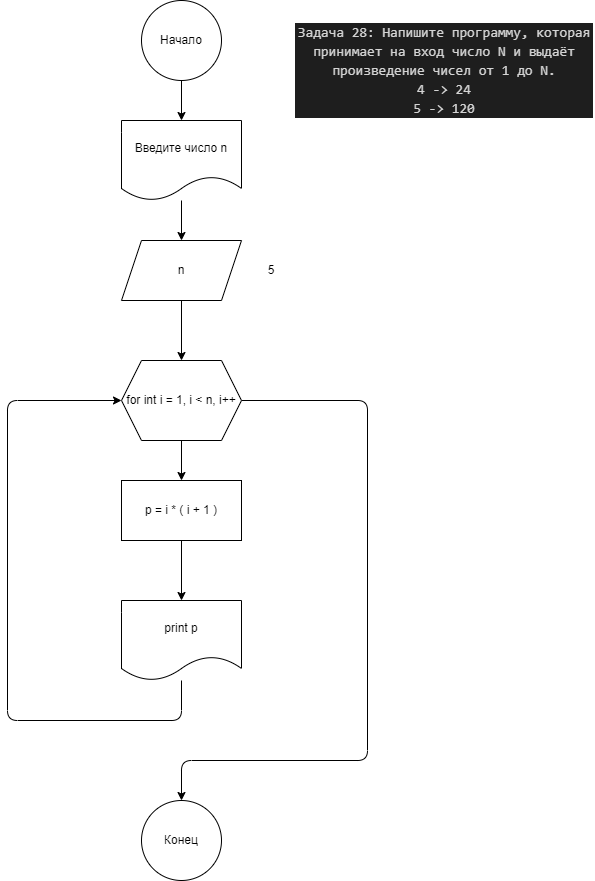
dvmax1984/Rep060323 keeps this draw.io diagram as diagramma.drawio.png. Above is the earlier version. Source tidied: cells renumbered, new cells last; positions are measured from the earlier drawing's top-left corner, leaving out a move shared by most shapes. The source it was exported from:
```xml
<mxGraphModel>
  <root>
    <mxCell id="0" />
    <mxCell id="1" parent="0" />
    <mxCell id="2" value="&lt;div style=&quot;color: rgb(212, 212, 212); background-color: rgb(30, 30, 30); font-family: Consolas, &amp;quot;Courier New&amp;quot;, monospace; font-size: 14px; line-height: 19px;&quot;&gt;&lt;div&gt;Задача 28: Напишите программу, которая принимает на вход число N и выдаёт произведение чисел от 1 до N.&lt;br&gt;&lt;/div&gt;&lt;div&gt;4 -&amp;gt; 24 &lt;/div&gt;&lt;div&gt;5 -&amp;gt; 120&lt;/div&gt;&lt;/div&gt;" style="text;strokeColor=none;align=center;fillColor=none;html=1;verticalAlign=middle;whiteSpace=wrap;rounded=0;" parent="1" vertex="1">
      <mxGeometry x="287" y="10" width="300" height="120" as="geometry" />
    </mxCell>
    <mxCell id="3" style="edgeStyle=none;html=1;" parent="1" edge="1" source="4" target="6">
      <mxGeometry relative="1" as="geometry" />
    </mxCell>
    <mxCell id="4" value="Начало" style="ellipse;whiteSpace=wrap;html=1;" parent="1" vertex="1">
      <mxGeometry x="134" width="80" height="80" as="geometry" />
    </mxCell>
    <mxCell id="5" style="edgeStyle=none;html=1;" parent="1" edge="1" source="6" target="8">
      <mxGeometry relative="1" as="geometry" />
    </mxCell>
    <mxCell id="6" value="Введите число n" style="shape=document;whiteSpace=wrap;html=1;boundedLbl=1;" parent="1" vertex="1">
      <mxGeometry x="114" y="120" width="120" height="80" as="geometry" />
    </mxCell>
    <mxCell id="7" style="edgeStyle=none;html=1;" parent="1" edge="1" source="8" target="11">
      <mxGeometry relative="1" as="geometry" />
    </mxCell>
    <mxCell id="8" value="n" style="shape=parallelogram;perimeter=parallelogramPerimeter;whiteSpace=wrap;html=1;fixedSize=1;" parent="1" vertex="1">
      <mxGeometry x="114" y="240" width="120" height="60" as="geometry" />
    </mxCell>
    <mxCell id="9" style="edgeStyle=none;html=1;" parent="1" edge="1" source="11" target="13">
      <mxGeometry relative="1" as="geometry" />
    </mxCell>
    <mxCell id="10" style="edgeStyle=orthogonalEdgeStyle;html=1;" parent="1" edge="1" source="11" target="17">
      <mxGeometry relative="1" as="geometry">
        <Array as="points">
          <mxPoint x="360" y="400" />
          <mxPoint x="360" y="760" />
          <mxPoint x="174" y="760" />
        </Array>
      </mxGeometry>
    </mxCell>
    <mxCell id="11" value="for int i = 1, i &amp;lt; n, i++" style="shape=hexagon;perimeter=hexagonPerimeter2;whiteSpace=wrap;html=1;fixedSize=1;" parent="1" vertex="1">
      <mxGeometry x="114" y="360" width="120" height="80" as="geometry" />
    </mxCell>
    <mxCell id="12" style="edgeStyle=orthogonalEdgeStyle;html=1;" parent="1" edge="1" source="13" target="16">
      <mxGeometry relative="1" as="geometry" />
    </mxCell>
    <mxCell id="13" value="p = i * ( i + 1 )" style="rounded=0;whiteSpace=wrap;html=1;" parent="1" vertex="1">
      <mxGeometry x="114" y="480" width="120" height="60" as="geometry" />
    </mxCell>
    <mxCell id="14" value="5" style="text;strokeColor=none;align=center;fillColor=none;html=1;verticalAlign=middle;whiteSpace=wrap;rounded=0;" parent="1" vertex="1">
      <mxGeometry x="234" y="255" width="60" height="30" as="geometry" />
    </mxCell>
    <mxCell id="15" style="edgeStyle=orthogonalEdgeStyle;html=1;entryX=0;entryY=0.5;entryDx=0;entryDy=0;" parent="1" edge="1" source="16" target="11">
      <mxGeometry relative="1" as="geometry">
        <Array as="points">
          <mxPoint x="174" y="720" />
          <mxPoint y="720" />
          <mxPoint y="400" />
        </Array>
      </mxGeometry>
    </mxCell>
    <mxCell id="16" value="print p" style="shape=document;whiteSpace=wrap;html=1;boundedLbl=1;" parent="1" vertex="1">
      <mxGeometry x="114" y="600" width="120" height="80" as="geometry" />
    </mxCell>
    <mxCell id="17" value="Конец" style="ellipse;whiteSpace=wrap;html=1;" parent="1" vertex="1">
      <mxGeometry x="134" y="800" width="80" height="80" as="geometry" />
    </mxCell>
  </root>
</mxGraphModel>
```
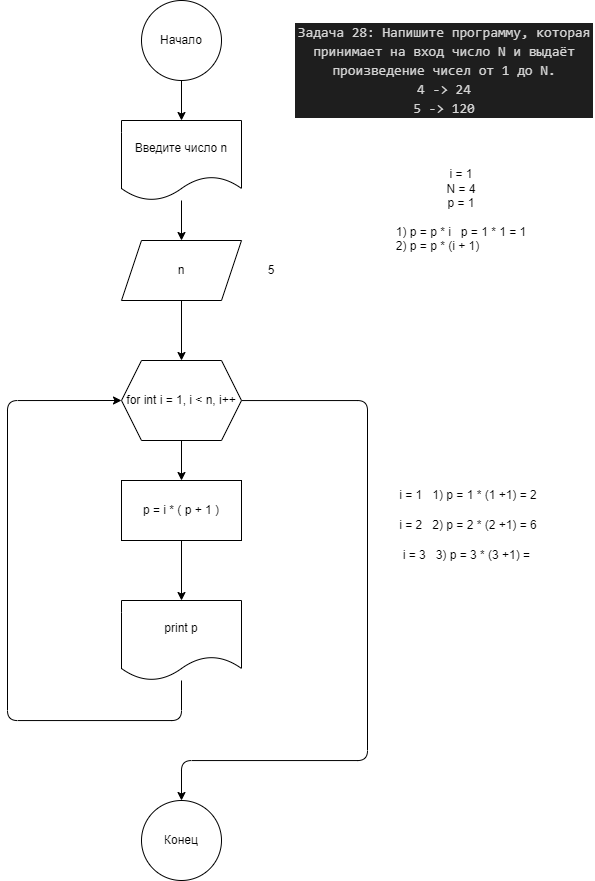
The same diagram one commit later.

Commit message:
Решили задачу 28

What changed in the source:
```diff
@@ -41,7 +41,7 @@
     <mxCell id="12" style="edgeStyle=orthogonalEdgeStyle;html=1;" parent="1" edge="1" source="13" target="16">
       <mxGeometry relative="1" as="geometry" />
     </mxCell>
-    <mxCell id="13" value="p = i * ( i + 1 )" style="rounded=0;whiteSpace=wrap;html=1;" parent="1" vertex="1">
+    <mxCell id="13" value="p = i * ( p + 1 )" style="rounded=0;whiteSpace=wrap;html=1;" parent="1" vertex="1">
       <mxGeometry x="114" y="480" width="120" height="60" as="geometry" />
     </mxCell>
     <mxCell id="14" value="5" style="text;strokeColor=none;align=center;fillColor=none;html=1;verticalAlign=middle;whiteSpace=wrap;rounded=0;" parent="1" vertex="1">
@@ -62,5 +62,17 @@
     <mxCell id="17" value="Конец" style="ellipse;whiteSpace=wrap;html=1;" parent="1" vertex="1">
       <mxGeometry x="134" y="800" width="80" height="80" as="geometry" />
     </mxCell>
+    <mxCell id="18" value="i = 1&amp;nbsp; &amp;nbsp;1) p = 1 * (1 +1) = 2" style="text;strokeColor=none;align=center;fillColor=none;html=1;verticalAlign=middle;whiteSpace=wrap;rounded=0;" parent="1" vertex="1">
+      <mxGeometry x="372" y="480" width="178" height="30" as="geometry" />
+    </mxCell>
+    <mxCell id="19" value="i = 2&amp;nbsp; &amp;nbsp;2) p = 2 * (2 +1) = 6" style="text;strokeColor=none;align=center;fillColor=none;html=1;verticalAlign=middle;whiteSpace=wrap;rounded=0;" parent="1" vertex="1">
+      <mxGeometry x="372" y="510" width="178" height="30" as="geometry" />
+    </mxCell>
+    <mxCell id="20" value="i = 3&amp;nbsp; &amp;nbsp;3) p = 3 * (3 +1) =&amp;nbsp;" style="text;strokeColor=none;align=center;fillColor=none;html=1;verticalAlign=middle;whiteSpace=wrap;rounded=0;" parent="1" vertex="1">
+      <mxGeometry x="372" y="540" width="178" height="30" as="geometry" />
+    </mxCell>
+    <mxCell id="21" value="i = 1&lt;br&gt;N = 4&lt;br&gt;p = 1&lt;br&gt;&lt;br&gt;1) p = p * i&amp;nbsp; &amp;nbsp;p = 1 * 1 = 1&lt;br&gt;&lt;div style=&quot;text-align: left;&quot;&gt;&lt;span style=&quot;background-color: initial;&quot;&gt;2) p = p * (i + 1)&amp;nbsp;&lt;/span&gt;&lt;/div&gt;" style="text;strokeColor=none;align=center;fillColor=none;html=1;verticalAlign=middle;whiteSpace=wrap;rounded=0;" parent="1" vertex="1">
+      <mxGeometry x="348" y="160" width="212" height="100" as="geometry" />
+    </mxCell>
   </root>
 </mxGraphModel>
```
